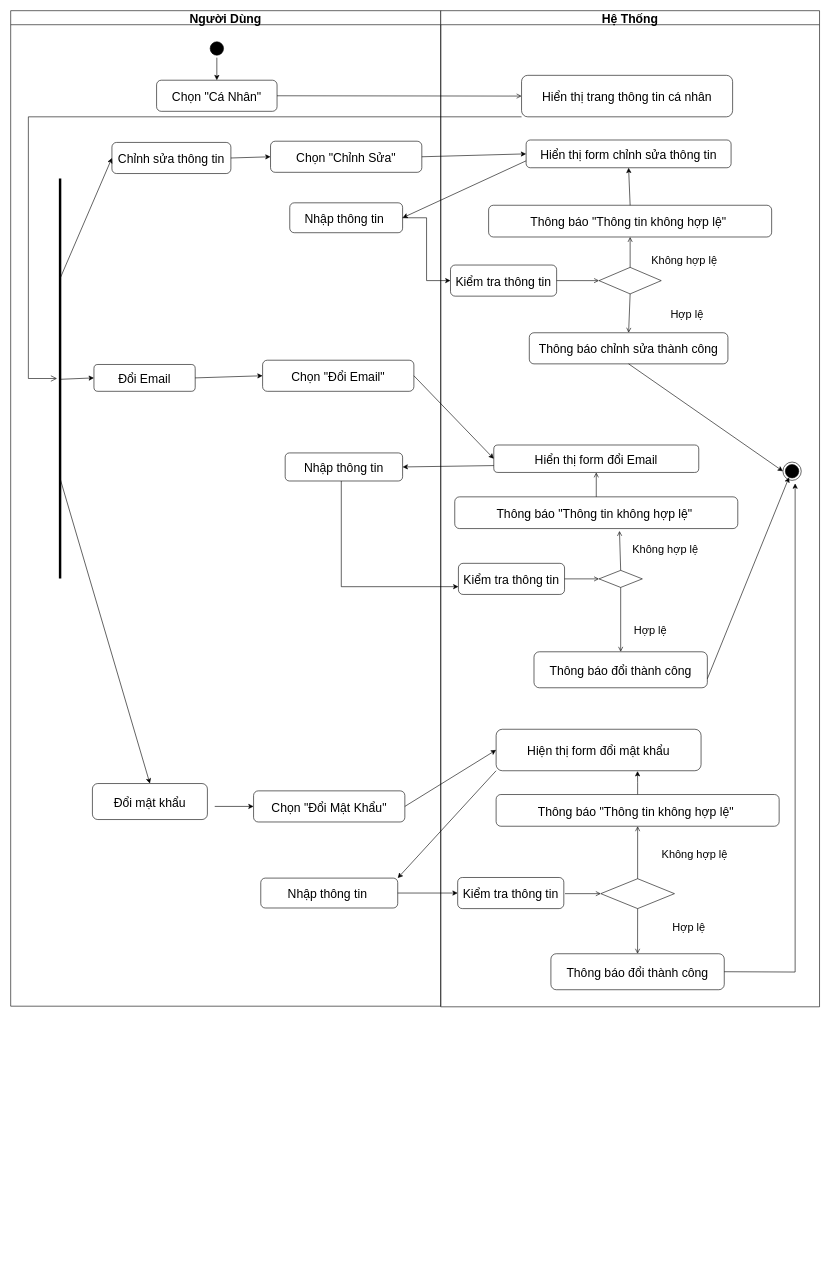
Earlier version of the draw.io diagram page "QL taikhoancanhan" (12 of 30) of SODO/HoatDong/hoatdong.drawio (khuevotan/TaiCamRanh_DATN). Source tidied: cells renumbered, new cells numbered last; positions are measured from the earlier drawing's top-left corner, leaving out a move shared by most shapes. Both pictures are drawn from the tidied source at 61%, with x=0, y=0 at pixel (10, 10).
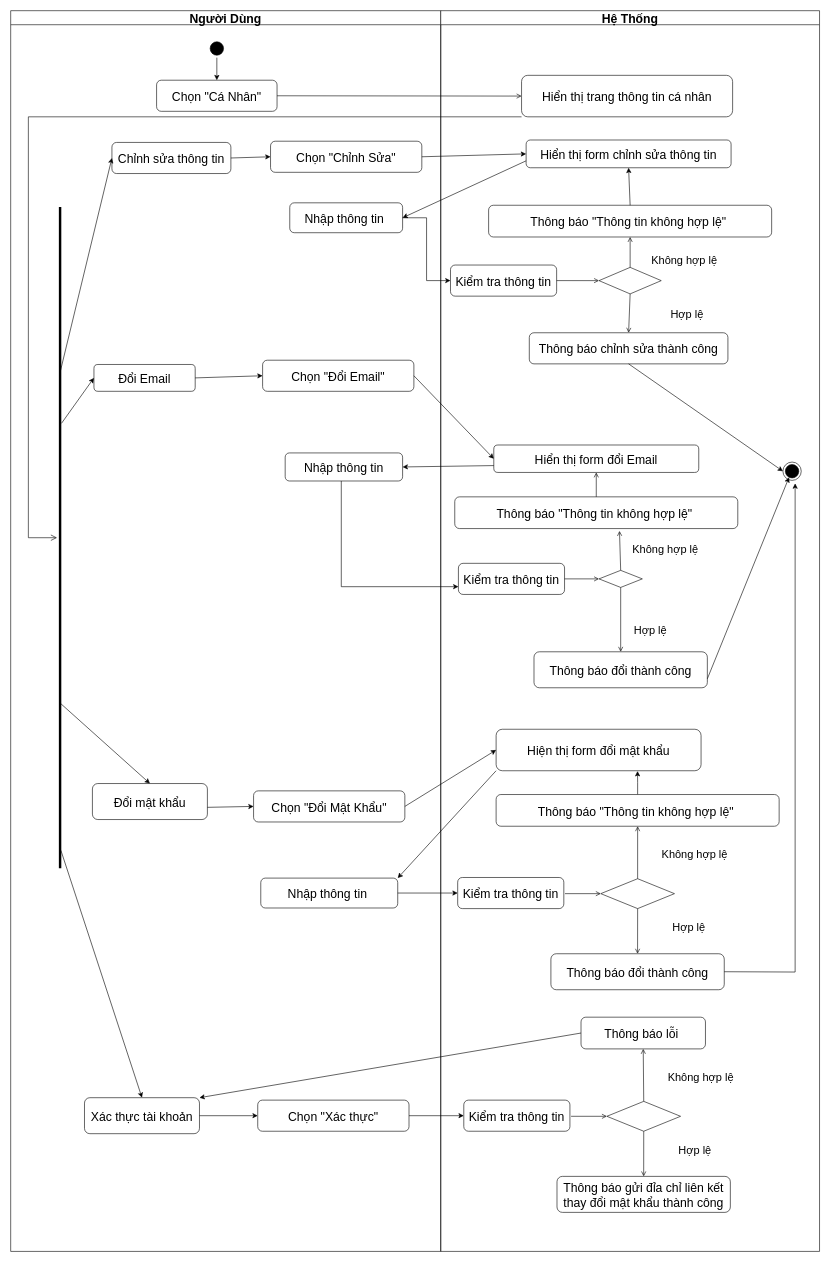
Above is the later version.

Unchanged cells that the change refers to:
```xml
<mxCell id="4" value="Chỉnh sửa thông tin" style="strokeColor=#080808;rounded=1;fontSize=20;" parent="2" vertex="1">
  <mxGeometry x="166" y="216" width="195" height="51" as="geometry" />
</mxCell>
<mxCell id="5" value="Đổi Email" style="strokeColor=#080808;rounded=1;fontSize=20;" parent="2" vertex="1">
  <mxGeometry x="136.5" y="580" width="166" height="44" as="geometry" />
</mxCell>
<mxCell id="7" value="Đổi mật khẩu" style="strokeColor=#080808;rounded=1;fontSize=20;" parent="2" vertex="1">
  <mxGeometry x="134" y="1267" width="188.5" height="59" as="geometry" />
</mxCell>
<mxCell id="15" value="Chọn &quot;Đổi Mật Khẩu&quot;" style="strokeColor=#080808;rounded=1;fontSize=20;" parent="2" vertex="1">
  <mxGeometry x="398.2" y="1279" width="248" height="51" as="geometry" />
</mxCell>
```

Change to the diagram source:
```diff
@@
     <mxCell id="2" value="Người Dùng" style="swimlane;whiteSpace=wrap;strokeColor=#080808;fontSize=20;" parent="1" vertex="1">
-      <mxGeometry width="705" height="1632" as="geometry" />
+      <mxGeometry width="705" height="2034" as="geometry" />
     </mxCell>
@@
-    <mxCell id="6" style="line;strokeWidth=4;html=1;fillColor=#000000;fontSize=14;direction=south;" parent="2" vertex="1">
-      <mxGeometry x="76" y="275" width="10" height="656" as="geometry" />
-    </mxCell>
@@
-    <mxCell id="8" style="endArrow=classic;html=1;rounded=0;exitX=0.25;exitY=0.5;exitDx=0;exitDy=0;exitPerimeter=0;entryX=0;entryY=0.5;entryDx=0;entryDy=0;" parent="2" edge="1" source="6" target="4">
-      <mxGeometry relative="1" as="geometry" />
-    </mxCell>
-    <mxCell id="9" style="endArrow=classic;html=1;rounded=0;exitX=0.502;exitY=0.463;exitDx=0;exitDy=0;exitPerimeter=0;entryX=0;entryY=0.5;entryDx=0;entryDy=0;" parent="2" edge="1" source="6" target="5">
-      <mxGeometry relative="1" as="geometry" />
-    </mxCell>
-    <mxCell id="10" style="endArrow=classic;html=1;rounded=0;exitX=0.75;exitY=0.5;exitDx=0;exitDy=0;exitPerimeter=0;entryX=0.5;entryY=0;entryDx=0;entryDy=0;" parent="2" edge="1" source="6" target="7">
-      <mxGeometry relative="1" as="geometry" />
-    </mxCell>
@@
-    <mxCell id="16" style="endArrow=classic;html=1;rounded=0;exitX=1;exitY=0.5;exitDx=0;exitDy=0;entryX=0;entryY=0.5;entryDx=0;entryDy=0;" parent="2" edge="1" target="15">
-      <mxGeometry relative="1" as="geometry">
-        <mxPoint x="334.5" y="1304.5" as="sourcePoint" />
-      </mxGeometry>
+    <mxCell id="16" style="endArrow=classic;html=1;rounded=0;exitX=1;exitY=0.661;exitDx=0;exitDy=0;entryX=0;entryY=0.5;entryDx=0;entryDy=0;exitPerimeter=0;" parent="2" edge="1" source="7" target="15">
+      <mxGeometry relative="1" as="geometry" />
     </mxCell>
@@
     <mxCell id="22" value="Hệ Thống" style="swimlane;whiteSpace=wrap;strokeColor=#080808;fontSize=20;" parent="1" vertex="1">
-      <mxGeometry x="705" width="621" height="1633" as="geometry" />
+      <mxGeometry x="705" width="621" height="2034" as="geometry" />
     </mxCell>
@@
+    <mxCell id="72" value="Xác thực tài khoản" style="strokeColor=#080808;rounded=1;fontSize=20;" parent="1" vertex="1">
+      <mxGeometry x="121" y="1782" width="188.5" height="59" as="geometry" />
+    </mxCell>
+    <mxCell id="73" style="endArrow=classic;html=1;rounded=0;entryX=0.5;entryY=0;entryDx=0;entryDy=0;exitX=0.973;exitY=0.362;exitDx=0;exitDy=0;exitPerimeter=0;" parent="1" edge="1" source="6" target="72">
+      <mxGeometry relative="1" as="geometry" />
+    </mxCell>
+    <mxCell id="6" style="line;strokeWidth=4;html=1;fillColor=#000000;fontSize=14;direction=south;" parent="1" vertex="1">
+      <mxGeometry x="76" y="322" width="10" height="1084" as="geometry" />
+    </mxCell>
+    <mxCell id="8" style="endArrow=classic;html=1;rounded=0;exitX=0.25;exitY=0.5;exitDx=0;exitDy=0;exitPerimeter=0;entryX=0;entryY=0.5;entryDx=0;entryDy=0;" parent="1" edge="1" source="6" target="4">
+      <mxGeometry relative="1" as="geometry" />
+    </mxCell>
+    <mxCell id="10" style="endArrow=classic;html=1;rounded=0;exitX=0.75;exitY=0.5;exitDx=0;exitDy=0;exitPerimeter=0;entryX=0.5;entryY=0;entryDx=0;entryDy=0;" parent="1" edge="1" source="6" target="7">
+      <mxGeometry relative="1" as="geometry" />
+    </mxCell>
+    <mxCell id="9" style="endArrow=classic;html=1;rounded=0;exitX=0.327;exitY=0.267;exitDx=0;exitDy=0;exitPerimeter=0;entryX=0;entryY=0.5;entryDx=0;entryDy=0;" parent="1" edge="1" source="6" target="5">
+      <mxGeometry relative="1" as="geometry" />
+    </mxCell>
+    <mxCell id="74" value="Chọn &quot;Xác thực&quot;" style="strokeColor=#080808;rounded=1;fontSize=20;" parent="1" vertex="1">
+      <mxGeometry x="405" y="1786" width="248" height="51" as="geometry" />
+    </mxCell>
+    <mxCell id="75" style="endArrow=classic;html=1;rounded=0;exitX=1;exitY=0.5;exitDx=0;exitDy=0;entryX=0;entryY=0.5;entryDx=0;entryDy=0;" parent="1" edge="1" source="72" target="74">
+      <mxGeometry relative="1" as="geometry" />
+    </mxCell>
+    <mxCell id="76" value="Kiểm tra thông tin" style="strokeColor=#080808;rounded=1;fontSize=20;" parent="1" vertex="1">
+      <mxGeometry x="742.8" y="1786" width="174" height="51" as="geometry" />
+    </mxCell>
+    <mxCell id="77" style="rhombus;fillColor=#ffffff;strokeColor=#080808;fontSize=20;" parent="1" vertex="1">
+      <mxGeometry x="977.4" y="1788" width="120.8" height="49" as="geometry" />
+    </mxCell>
+    <mxCell id="78" value="Thông báo lỗi " style="strokeColor=#080808;rounded=1;fontSize=20;" parent="1" vertex="1">
+      <mxGeometry x="935" y="1650" width="204" height="52" as="geometry" />
+    </mxCell>
+    <mxCell id="79" style="endArrow=open;strokeColor=#080808;endFill=1;rounded=0;fontSize=20;entryX=0.5;entryY=1;entryDx=0;entryDy=0;exitX=0.5;exitY=0;exitDx=0;exitDy=0;" parent="1" edge="1" source="77" target="78">
+      <mxGeometry relative="1" as="geometry" />
+    </mxCell>
+    <mxCell id="80" style="endArrow=open;strokeColor=#080808;endFill=1;rounded=0;fontSize=20;entryX=0;entryY=0.5;entryDx=0;entryDy=0;exitX=1;exitY=0.5;exitDx=0;exitDy=0;" parent="1" edge="1" target="77">
+      <mxGeometry relative="1" as="geometry">
+        <mxPoint x="918.7" y="1812.5" as="sourcePoint" />
+      </mxGeometry>
+    </mxCell>
+    <mxCell id="81" value="Không hợp lệ" style="text;html=1;strokeColor=none;fillColor=none;align=center;verticalAlign=middle;whiteSpace=wrap;rounded=0;fontSize=18;" parent="1" vertex="1">
+      <mxGeometry x="1069.2" y="1734" width="125" height="30" as="geometry" />
+    </mxCell>
+    <mxCell id="82" value="Hợp lệ" style="text;html=1;strokeColor=none;fillColor=none;align=center;verticalAlign=middle;whiteSpace=wrap;rounded=0;fontSize=18;" parent="1" vertex="1">
+      <mxGeometry x="1092.1" y="1854" width="60" height="30" as="geometry" />
+    </mxCell>
+    <mxCell id="83" value="Thông báo gửi đỉa chỉ liên kết&#10;thay đổi mật khẩu thành công" style="strokeColor=#080808;rounded=1;fontSize=20;" parent="1" vertex="1">
+      <mxGeometry x="895.6" y="1911" width="284.2" height="59" as="geometry" />
+    </mxCell>
+    <mxCell id="84" style="edgeStyle=none;strokeColor=#080808;endArrow=open;endFill=1;rounded=0;fontSize=20;exitX=0.5;exitY=1;exitDx=0;exitDy=0;entryX=0.5;entryY=0;entryDx=0;entryDy=0;" parent="1" edge="1" source="77" target="83">
+      <mxGeometry relative="1" as="geometry" />
+    </mxCell>
+    <mxCell id="85" style="endArrow=classic;html=1;rounded=0;exitX=1;exitY=0.5;exitDx=0;exitDy=0;entryX=0;entryY=0.5;entryDx=0;entryDy=0;" parent="1" edge="1" source="74" target="76">
+      <mxGeometry relative="1" as="geometry" />
+    </mxCell>
+    <mxCell id="86" style="endArrow=classic;html=1;rounded=0;exitX=0;exitY=0.5;exitDx=0;exitDy=0;entryX=1;entryY=0;entryDx=0;entryDy=0;" parent="1" edge="1" source="78" target="72">
+      <mxGeometry relative="1" as="geometry" />
+    </mxCell>
```
